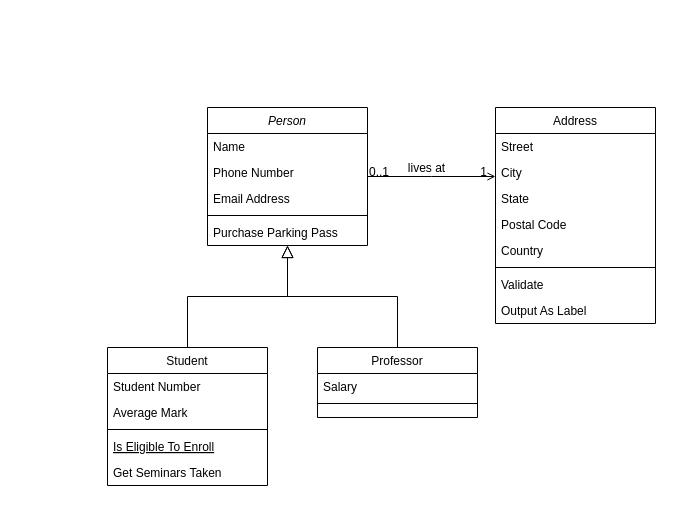
Dewasurya16/Dewasinar.github-io keeps this draw.io diagram as Untitled Diagram.drawio. Above is the earlier version. Source tidied: cells renumbered, new cells numbered last; positions are measured from the earlier drawing's top-left corner, leaving out a move shared by most shapes. Both pictures are drawn from the tidied source at 100%, with x=0, y=0 at pixel (107, 107).
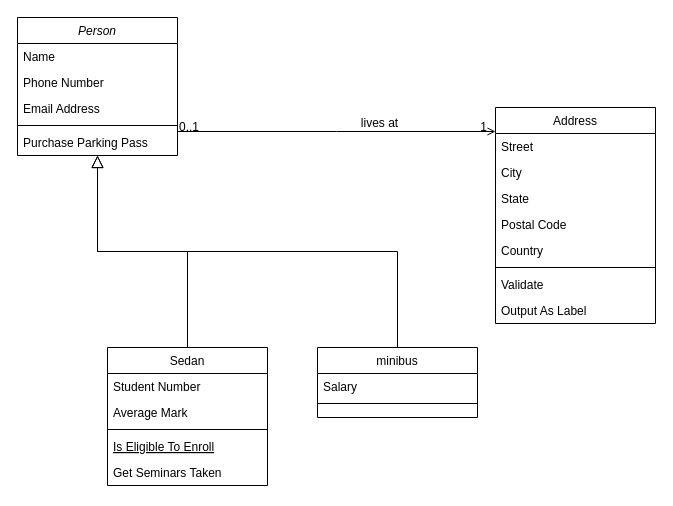
Above is the later version.

Change to the diagram source:
```diff
@@
     <mxCell id="2" value="Person" style="swimlane;fontStyle=2;align=center;verticalAlign=top;horizontal=1;startSize=26;rounded=0;shadow=0;strokeWidth=1;" parent="1" vertex="1">
-      <mxGeometry x="100" width="160" height="138" as="geometry" />
+      <mxGeometry x="-90" y="-90" width="160" height="138" as="geometry" />
     </mxCell>
@@
-    <mxCell id="8" value="Student" style="swimlane;fontStyle=0;align=center;verticalAlign=top;horizontal=1;startSize=26;rounded=0;shadow=0;strokeWidth=1;" parent="1" vertex="1">
+    <mxCell id="8" value="Sedan" style="swimlane;fontStyle=0;align=center;verticalAlign=top;horizontal=1;startSize=26;rounded=0;shadow=0;strokeWidth=1;" parent="1" vertex="1">
       <mxGeometry y="240" width="160" height="138" as="geometry" />
     </mxCell>
@@
-    <mxCell id="15" value="Professor" style="swimlane;fontStyle=0;align=center;verticalAlign=top;horizontal=1;startSize=26;rounded=0;shadow=0;strokeWidth=1;" parent="1" vertex="1">
+    <mxCell id="15" value="minibus" style="swimlane;fontStyle=0;align=center;verticalAlign=top;horizontal=1;startSize=26;rounded=0;shadow=0;strokeWidth=1;" parent="1" vertex="1">
       <mxGeometry x="210" y="240" width="160" height="70" as="geometry" />
     </mxCell>
```
